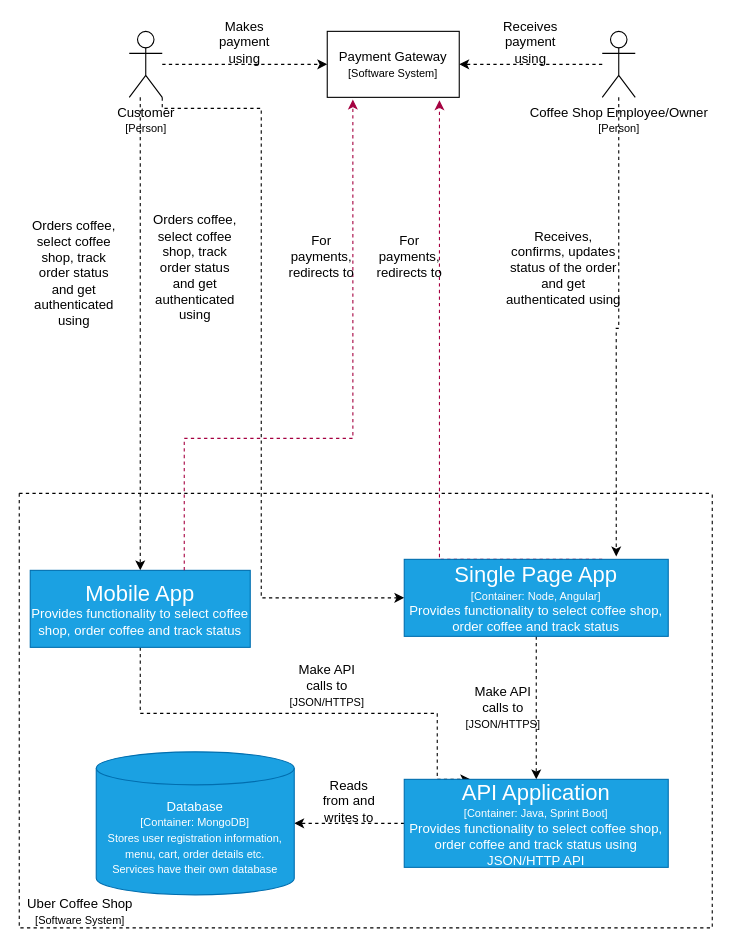
Above: Container Diagram.drawio in dinesh-i/uber-coffee-shops (draw.io), before the change. Source tidied: cells renumbered, new cells numbered last; positions are measured from the earlier drawing's top-left corner, leaving out a move shared by most shapes. Both pictures are drawn from the tidied source at 110%, with x=0, y=0 at pixel (19, 20).
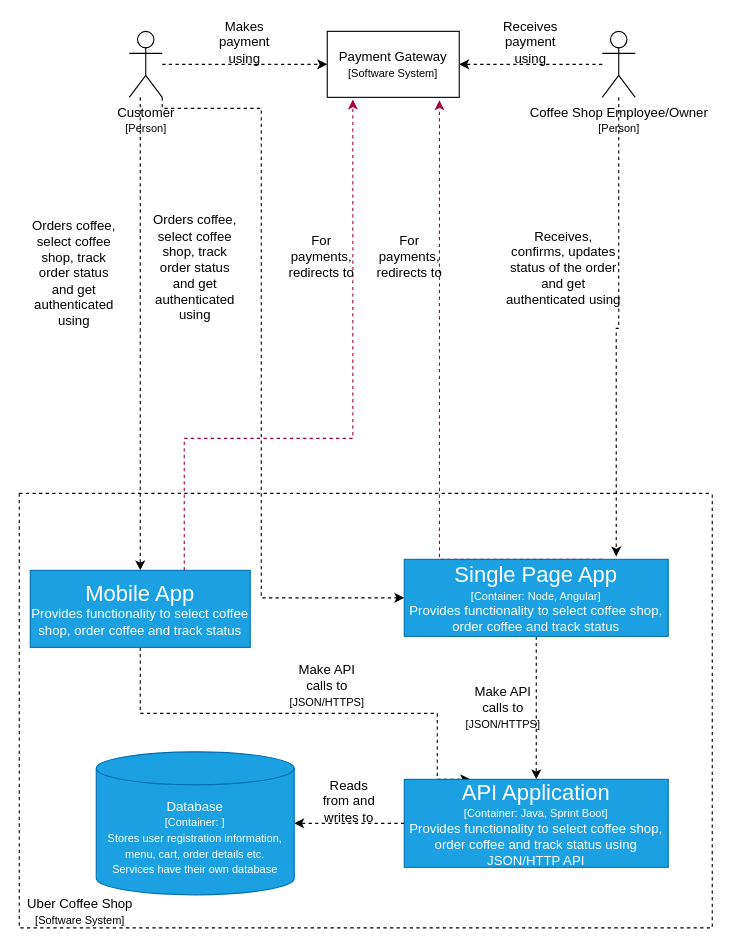
The same diagram, later.

Unchanged cells that the change refers to:
```xml
<mxCell id="16" style="swimlane;startSize=0;dashed=1;" parent="1" vertex="1">
  <mxGeometry y="430" width="630" height="395" as="geometry" />
</mxCell>
```

Change to the diagram source:
```diff
@@
-    <mxCell id="24" value="Database&lt;br&gt;&lt;font style=&quot;font-size: 10px&quot;&gt;[Container: MongoDB]&lt;br&gt;Stores user registration information, menu, cart, order details etc.&lt;br&gt;Services have their own database&lt;br&gt;&lt;/font&gt;" style="shape=cylinder3;whiteSpace=wrap;html=1;boundedLbl=1;backgroundOutline=1;size=15;fillColor=#1ba1e2;strokeColor=#006EAF;fontColor=#ffffff;" parent="16" vertex="1">
+    <mxCell id="24" value="Database&lt;br&gt;&lt;font style=&quot;font-size: 10px&quot;&gt;[Container: ]&lt;br&gt;Stores user registration information, menu, cart, order details etc.&lt;br&gt;Services have their own database&lt;br&gt;&lt;/font&gt;" style="shape=cylinder3;whiteSpace=wrap;html=1;boundedLbl=1;backgroundOutline=1;size=15;fillColor=#1ba1e2;strokeColor=#006EAF;fontColor=#ffffff;" parent="16" vertex="1">
       <mxGeometry x="70" y="235" width="180" height="130" as="geometry" />
     </mxCell>
```
